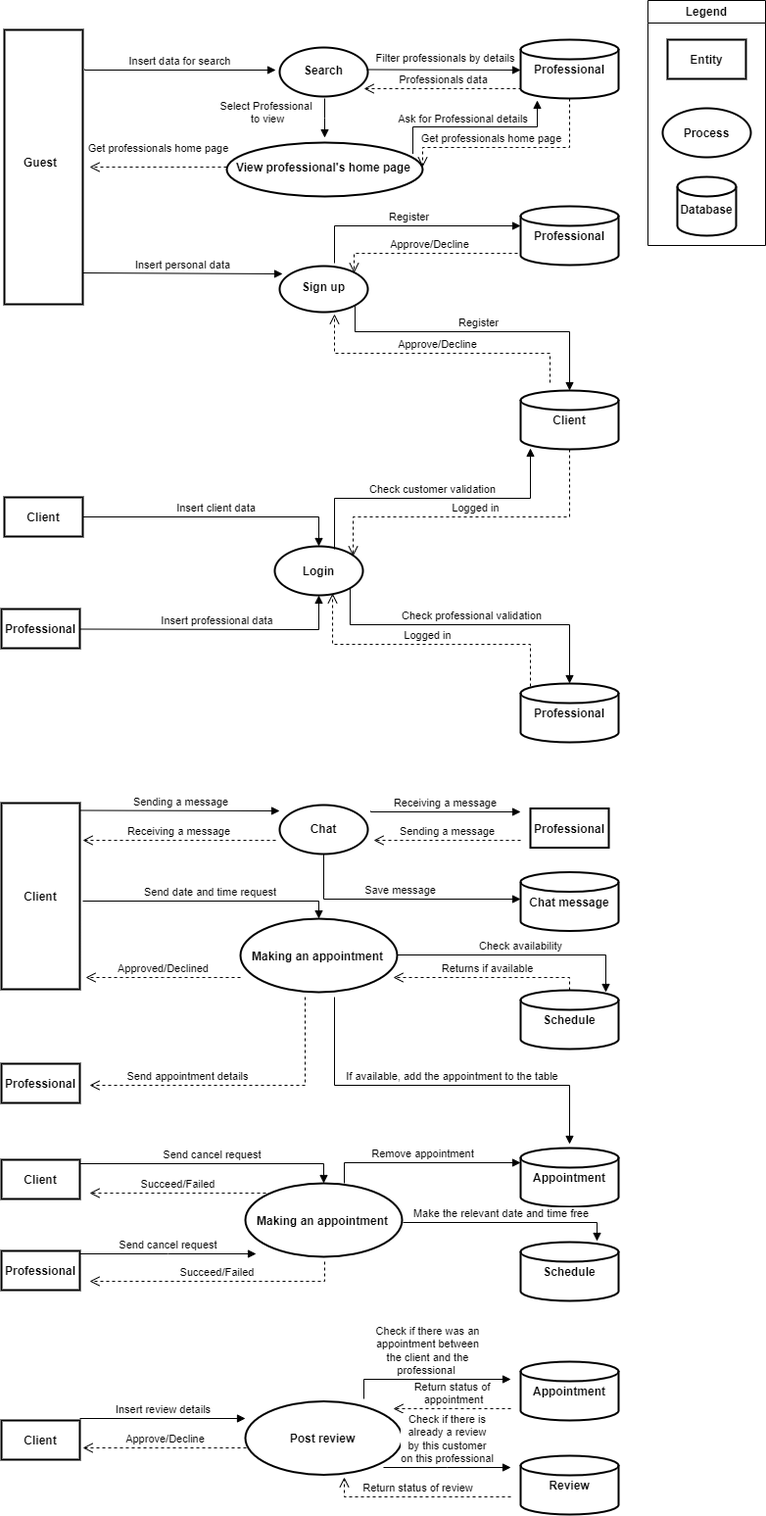
The draw.io diagram PRO4U_DFD.drawio.png in redhat-beyond/Pro4U, before a commit. Source tidied: cells renumbered, new cells last; positions are measured from the earlier drawing's top-left corner, leaving out a move shared by most shapes.
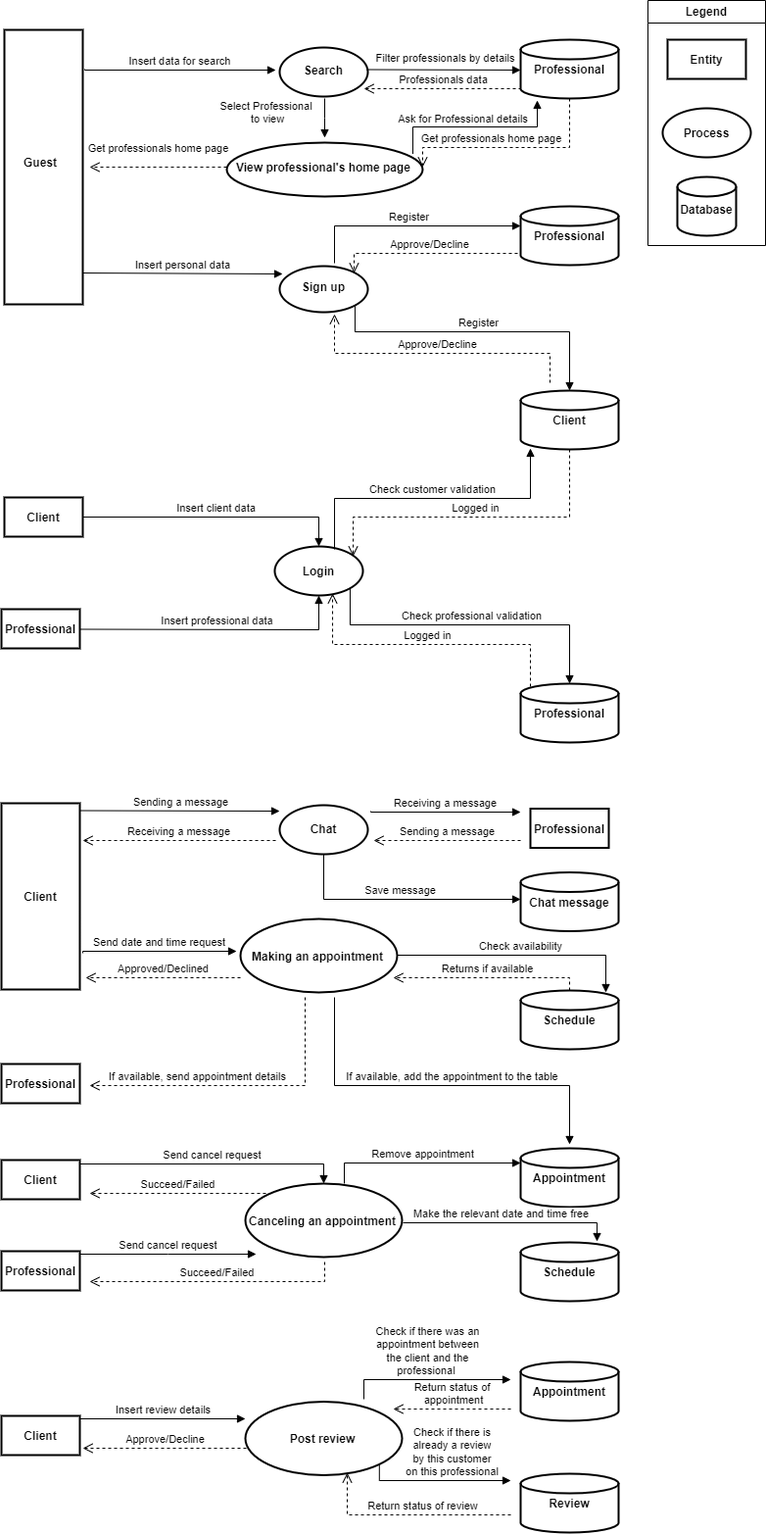
After the change.

Diff of the diagram source:
```diff
@@ -211,11 +211,11 @@
     <mxCell id="51" value="Making an appointment" style="text;align=center;fontStyle=1;verticalAlign=middle;spacingLeft=3;spacingRight=3;strokeColor=none;" parent="1" vertex="1">
       <mxGeometry x="283" y="961.5" width="80" height="26" as="geometry" />
     </mxCell>
-    <mxCell id="52" value="Send date and time request" style="html=1;verticalAlign=bottom;endArrow=block;edgeStyle=elbowEdgeStyle;elbow=vertical;curved=0;rounded=0;entryX=0.5;entryY=0;entryDx=0;entryDy=0;entryPerimeter=0;" parent="1" edge="1" target="50">
+    <mxCell id="52" value="Send date and time request" style="html=1;verticalAlign=bottom;endArrow=block;edgeStyle=elbowEdgeStyle;elbow=vertical;curved=0;rounded=0;exitX=1.038;exitY=0.805;exitDx=0;exitDy=0;exitPerimeter=0;" parent="1" edge="1" source="37">
       <mxGeometry relative="1" as="geometry">
-        <mxPoint x="83" y="919" as="sourcePoint" />
+        <mxPoint x="240" y="970" as="targetPoint" />
         <Array as="points">
-          <mxPoint x="210" y="919" />
+          <mxPoint x="150" y="970" />
         </Array>
       </mxGeometry>
     </mxCell>
@@ -269,8 +269,8 @@
         </Array>
       </mxGeometry>
     </mxCell>
-    <mxCell id="63" value="Send appointment details" style="html=1;verticalAlign=bottom;endArrow=open;dashed=1;endSize=8;edgeStyle=elbowEdgeStyle;elbow=vertical;curved=0;rounded=0;" parent="1" edge="1">
-      <mxGeometry x="0.35" relative="1" as="geometry">
+    <mxCell id="63" value="If available, send appointment details" style="html=1;verticalAlign=bottom;endArrow=open;dashed=1;endSize=8;edgeStyle=elbowEdgeStyle;elbow=vertical;curved=0;rounded=0;" parent="1" edge="1">
+      <mxGeometry x="0.29" relative="1" as="geometry">
         <mxPoint x="310" y="1017" as="sourcePoint" />
         <mxPoint x="90" y="1107" as="targetPoint" />
         <Array as="points">
@@ -287,7 +287,7 @@
     <mxCell id="66" style="strokeWidth=2;html=1;shape=mxgraph.flowchart.start_1;whiteSpace=wrap;" parent="1" vertex="1">
       <mxGeometry x="249" y="1207" width="160" height="75" as="geometry" />
     </mxCell>
-    <mxCell id="67" value="Making an appointment" style="text;align=center;fontStyle=1;verticalAlign=middle;spacingLeft=3;spacingRight=3;strokeColor=none;" parent="1" vertex="1">
+    <mxCell id="67" value="Canceling an appointment" style="text;align=center;fontStyle=1;verticalAlign=middle;spacingLeft=3;spacingRight=3;strokeColor=none;" parent="1" vertex="1">
       <mxGeometry x="288" y="1231.5" width="80" height="26" as="geometry" />
     </mxCell>
     <mxCell id="68" value="Send cancel request" style="html=1;verticalAlign=bottom;endArrow=block;edgeStyle=elbowEdgeStyle;elbow=vertical;curved=0;rounded=0;" parent="1" edge="1" target="66">
@@ -349,10 +349,10 @@
       </mxGeometry>
     </mxCell>
     <mxCell id="78" style="verticalLabelPosition=bottom;verticalAlign=top;html=1;shape=mxgraph.basic.rect;fillColor2=none;strokeWidth=2;size=20;indent=5;" parent="1" vertex="1">
-      <mxGeometry y="1449" width="80" height="40" as="geometry" />
+      <mxGeometry y="1444" width="80" height="40" as="geometry" />
     </mxCell>
     <mxCell id="79" value="Client" style="text;align=center;fontStyle=1;verticalAlign=middle;spacingLeft=3;spacingRight=3;strokeColor=none;" parent="1" vertex="1">
-      <mxGeometry y="1454" width="80" height="30" as="geometry" />
+      <mxGeometry y="1449" width="80" height="30" as="geometry" />
     </mxCell>
     <mxCell id="80" style="strokeWidth=2;html=1;shape=mxgraph.flowchart.start_1;whiteSpace=wrap;" parent="1" vertex="1">
       <mxGeometry x="249" y="1429.5" width="160" height="75" as="geometry" />
@@ -367,10 +367,10 @@
       <mxGeometry x="540" y="1406" width="80" height="26" as="geometry" />
     </mxCell>
     <mxCell id="84" style="strokeWidth=2;html=1;shape=mxgraph.flowchart.database;whiteSpace=wrap;" parent="1" vertex="1">
-      <mxGeometry x="530" y="1485" width="100" height="60" as="geometry" />
+      <mxGeometry x="530" y="1503" width="100" height="60" as="geometry" />
     </mxCell>
     <mxCell id="85" value="Review" style="text;align=center;fontStyle=1;verticalAlign=middle;spacingLeft=3;spacingRight=3;strokeColor=none;" parent="1" vertex="1">
-      <mxGeometry x="540" y="1502" width="80" height="26" as="geometry" />
+      <mxGeometry x="540" y="1520" width="80" height="26" as="geometry" />
     </mxCell>
     <mxCell id="86" value="Insert review details" style="html=1;verticalAlign=bottom;endArrow=block;edgeStyle=elbowEdgeStyle;elbow=vertical;curved=0;rounded=0;" parent="1" edge="1" target="80">
       <mxGeometry relative="1" as="geometry">
@@ -395,18 +395,19 @@
         </Array>
       </mxGeometry>
     </mxCell>
-    <mxCell id="89" value="Check if there is&lt;br&gt;already a review&lt;br&gt;by this customer&lt;br&gt;on this professional" style="html=1;verticalAlign=bottom;endArrow=block;edgeStyle=elbowEdgeStyle;elbow=vertical;curved=0;rounded=0;" parent="1" edge="1">
-      <mxGeometry relative="1" as="geometry">
-        <mxPoint x="390" y="1497" as="sourcePoint" />
-        <mxPoint x="520" y="1497" as="targetPoint" />
+    <mxCell id="89" value="Check if there is&lt;br&gt;already a review&lt;br&gt;by this customer&lt;br&gt;on this professional" style="html=1;verticalAlign=bottom;endArrow=block;edgeStyle=elbowEdgeStyle;elbow=vertical;curved=0;rounded=0;exitX=0.855;exitY=0.855;exitDx=0;exitDy=0;exitPerimeter=0;" parent="1" edge="1" source="80">
+      <mxGeometry x="0.2" relative="1" as="geometry">
+        <mxPoint x="520" y="1510" as="targetPoint" />
+        <Array as="points">
+          <mxPoint x="450" y="1510" />
+        </Array>
       </mxGeometry>
     </mxCell>
-    <mxCell id="90" value="Return status of review" style="html=1;verticalAlign=bottom;endArrow=open;dashed=1;endSize=8;edgeStyle=elbowEdgeStyle;elbow=vertical;curved=0;rounded=0;" parent="1" edge="1">
-      <mxGeometry relative="1" as="geometry">
-        <mxPoint x="520" y="1527" as="sourcePoint" />
-        <mxPoint x="350" y="1507" as="targetPoint" />
+    <mxCell id="90" value="Return status of review" style="html=1;verticalAlign=bottom;endArrow=open;dashed=1;endSize=8;edgeStyle=elbowEdgeStyle;elbow=vertical;curved=0;rounded=0;entryX=0.65;entryY=0.967;entryDx=0;entryDy=0;entryPerimeter=0;" parent="1" edge="1" target="80">
+      <mxGeometry x="-0.14" relative="1" as="geometry">
+        <mxPoint x="520" y="1545" as="sourcePoint" />
         <Array as="points">
-          <mxPoint x="440" y="1527" />
+          <mxPoint x="440" y="1545" />
         </Array>
       </mxGeometry>
     </mxCell>
```
